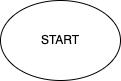
Above: flowchart.drawio.png in PavelZiborov/2022-06-29_CSharp_Kontrolnaya_Rabota (draw.io), before the change. Source tidied: cells renumbered, new cells last; positions are measured from the earlier drawing's top-left corner, leaving out a move shared by most shapes.
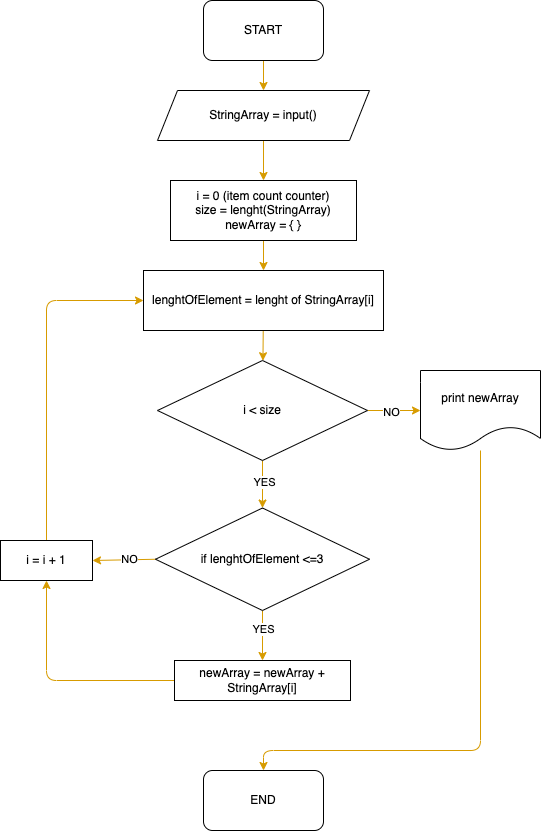
After the commit.

Commit message:
Нарисовал блок-схему алгоритма

Change to the diagram source:
```diff
@@ -2,8 +2,95 @@
   <root>
     <mxCell id="0" />
     <mxCell id="1" parent="0" />
+    <mxCell id="3" style="edgeStyle=none;html=1;exitX=0.5;exitY=1;exitDx=0;exitDy=0;entryX=0.5;entryY=0;entryDx=0;entryDy=0;fillColor=#ffe6cc;strokeColor=#d79b00;" parent="1" edge="1" source="2" target="5">
+      <mxGeometry relative="1" as="geometry" />
+    </mxCell>
-    <mxCell id="2" value="START" style="ellipse;whiteSpace=wrap;html=1;" parent="1" vertex="1">
-      <mxGeometry width="120" height="80" as="geometry" />
+    <mxCell id="2" value="START" style="rounded=1;whiteSpace=wrap;html=1;" parent="1" vertex="1">
+      <mxGeometry width="120" height="60" as="geometry" />
     </mxCell>
+    <mxCell id="4" style="edgeStyle=none;html=1;entryX=0.5;entryY=0;entryDx=0;entryDy=0;fillColor=#ffe6cc;strokeColor=#d79b00;" parent="1" edge="1" source="5" target="7">
+      <mxGeometry relative="1" as="geometry" />
+    </mxCell>
+    <mxCell id="5" value="StringArray = input()" style="shape=parallelogram;perimeter=parallelogramPerimeter;whiteSpace=wrap;html=1;fixedSize=1;" parent="1" vertex="1">
+      <mxGeometry x="-46" y="90" width="212" height="50" as="geometry" />
+    </mxCell>
+    <mxCell id="6" style="edgeStyle=none;html=1;fillColor=#ffe6cc;strokeColor=#d79b00;entryX=0.5;entryY=0;entryDx=0;entryDy=0;" parent="1" edge="1" source="7" target="26">
+      <mxGeometry relative="1" as="geometry" />
+    </mxCell>
+    <mxCell id="7" value="i = 0 (item count counter)&lt;br&gt;size = lenght(StringArray)&lt;br&gt;newArray = { }" style="rounded=0;whiteSpace=wrap;html=1;" parent="1" vertex="1">
+      <mxGeometry x="-33" y="180" width="186" height="60" as="geometry" />
+    </mxCell>
+    <mxCell id="8" style="edgeStyle=none;html=1;exitX=0;exitY=0.5;exitDx=0;exitDy=0;entryX=1;entryY=0.5;entryDx=0;entryDy=0;fillColor=#ffe6cc;strokeColor=#d79b00;" parent="1" edge="1" source="12" target="21">
+      <mxGeometry relative="1" as="geometry" />
+    </mxCell>
+    <mxCell id="9" value="NO" style="edgeLabel;html=1;align=center;verticalAlign=middle;" parent="8" vertex="1">
+      <mxGeometry x="-0.17" y="-1" relative="1" as="geometry" />
+    </mxCell>
+    <mxCell id="10" style="edgeStyle=none;html=1;entryX=0.5;entryY=0;entryDx=0;entryDy=0;fillColor=#ffe6cc;strokeColor=#d79b00;" parent="1" edge="1" source="12" target="14">
+      <mxGeometry relative="1" as="geometry" />
+    </mxCell>
+    <mxCell id="11" value="YES" style="edgeLabel;html=1;align=center;verticalAlign=middle;" parent="10" vertex="1">
+      <mxGeometry x="0.17" y="1" relative="1" as="geometry">
+        <mxPoint x="-1" y="-11" as="offset" />
+      </mxGeometry>
+    </mxCell>
+    <mxCell id="12" value="if lenghtOfElement&amp;nbsp;&amp;lt;=3" style="rhombus;whiteSpace=wrap;html=1;" parent="1" vertex="1">
+      <mxGeometry x="-48" y="507.5" width="214" height="102.5" as="geometry" />
+    </mxCell>
+    <mxCell id="13" style="edgeStyle=none;html=1;exitX=0;exitY=0.5;exitDx=0;exitDy=0;entryX=0.5;entryY=1;entryDx=0;entryDy=0;fillColor=#ffe6cc;strokeColor=#d79b00;" parent="1" edge="1" source="14" target="21">
+      <mxGeometry relative="1" as="geometry">
+        <Array as="points">
+          <mxPoint x="-157" y="680" />
+        </Array>
+      </mxGeometry>
+    </mxCell>
+    <mxCell id="14" value="&lt;span&gt;newArray =&amp;nbsp;&lt;/span&gt;newArray + StringArray[i]" style="rounded=0;whiteSpace=wrap;html=1;" parent="1" vertex="1">
+      <mxGeometry x="-29" y="660" width="176" height="40" as="geometry" />
+    </mxCell>
+    <mxCell id="15" style="edgeStyle=none;html=1;exitX=0.5;exitY=1;exitDx=0;exitDy=0;fillColor=#ffe6cc;strokeColor=#d79b00;" parent="1" edge="1" source="19" target="12">
+      <mxGeometry relative="1" as="geometry" />
+    </mxCell>
+    <mxCell id="16" value="YES" style="edgeLabel;html=1;align=center;verticalAlign=middle;" parent="15" vertex="1">
+      <mxGeometry x="-0.11" y="1" relative="1" as="geometry" />
+    </mxCell>
+    <mxCell id="17" style="edgeStyle=none;html=1;exitX=1;exitY=0.5;exitDx=0;exitDy=0;fillColor=#ffe6cc;strokeColor=#d79b00;" parent="1" edge="1" source="19" target="23">
+      <mxGeometry relative="1" as="geometry" />
+    </mxCell>
+    <mxCell id="18" value="NO" style="edgeLabel;html=1;align=center;verticalAlign=middle;" parent="17" vertex="1">
+      <mxGeometry x="-0.13" y="-1" relative="1" as="geometry" />
+    </mxCell>
+    <mxCell id="19" value="i &amp;lt; size" style="rhombus;whiteSpace=wrap;html=1;" parent="1" vertex="1">
+      <mxGeometry x="-46" y="360" width="210" height="100" as="geometry" />
+    </mxCell>
+    <mxCell id="20" style="edgeStyle=none;html=1;exitX=0.5;exitY=0;exitDx=0;exitDy=0;fillColor=#ffe6cc;strokeColor=#d79b00;entryX=0;entryY=0.5;entryDx=0;entryDy=0;" parent="1" edge="1" source="21" target="26">
+      <mxGeometry relative="1" as="geometry">
+        <Array as="points">
+          <mxPoint x="-157" y="300" />
+        </Array>
+      </mxGeometry>
+    </mxCell>
+    <mxCell id="21" value="&lt;span&gt;i = i + 1&lt;/span&gt;" style="rounded=0;whiteSpace=wrap;html=1;" parent="1" vertex="1">
+      <mxGeometry x="-203" y="540" width="92" height="40" as="geometry" />
+    </mxCell>
+    <mxCell id="22" style="edgeStyle=none;html=1;entryX=0.5;entryY=0;entryDx=0;entryDy=0;fillColor=#ffe6cc;strokeColor=#d79b00;" parent="1" edge="1" source="23" target="24">
+      <mxGeometry relative="1" as="geometry">
+        <Array as="points">
+          <mxPoint x="277" y="750" />
+          <mxPoint x="60" y="750" />
+        </Array>
+      </mxGeometry>
+    </mxCell>
+    <mxCell id="23" value="print newArray" style="shape=document;whiteSpace=wrap;html=1;boundedLbl=1;" parent="1" vertex="1">
+      <mxGeometry x="217" y="370" width="120" height="80" as="geometry" />
+    </mxCell>
+    <mxCell id="24" value="END" style="rounded=1;whiteSpace=wrap;html=1;" parent="1" vertex="1">
+      <mxGeometry y="770" width="120" height="60" as="geometry" />
+    </mxCell>
+    <mxCell id="25" style="edgeStyle=none;html=1;fillColor=#ffe6cc;strokeColor=#d79b00;" parent="1" edge="1" source="26" target="19">
+      <mxGeometry relative="1" as="geometry" />
+    </mxCell>
+    <mxCell id="26" value="&lt;span&gt;lenghtOfElement = lenght of StringArray[i]&lt;/span&gt;" style="rounded=0;whiteSpace=wrap;html=1;" parent="1" vertex="1">
+      <mxGeometry x="-60" y="270" width="240" height="60" as="geometry" />
+    </mxCell>
   </root>
 </mxGraphModel>
```
